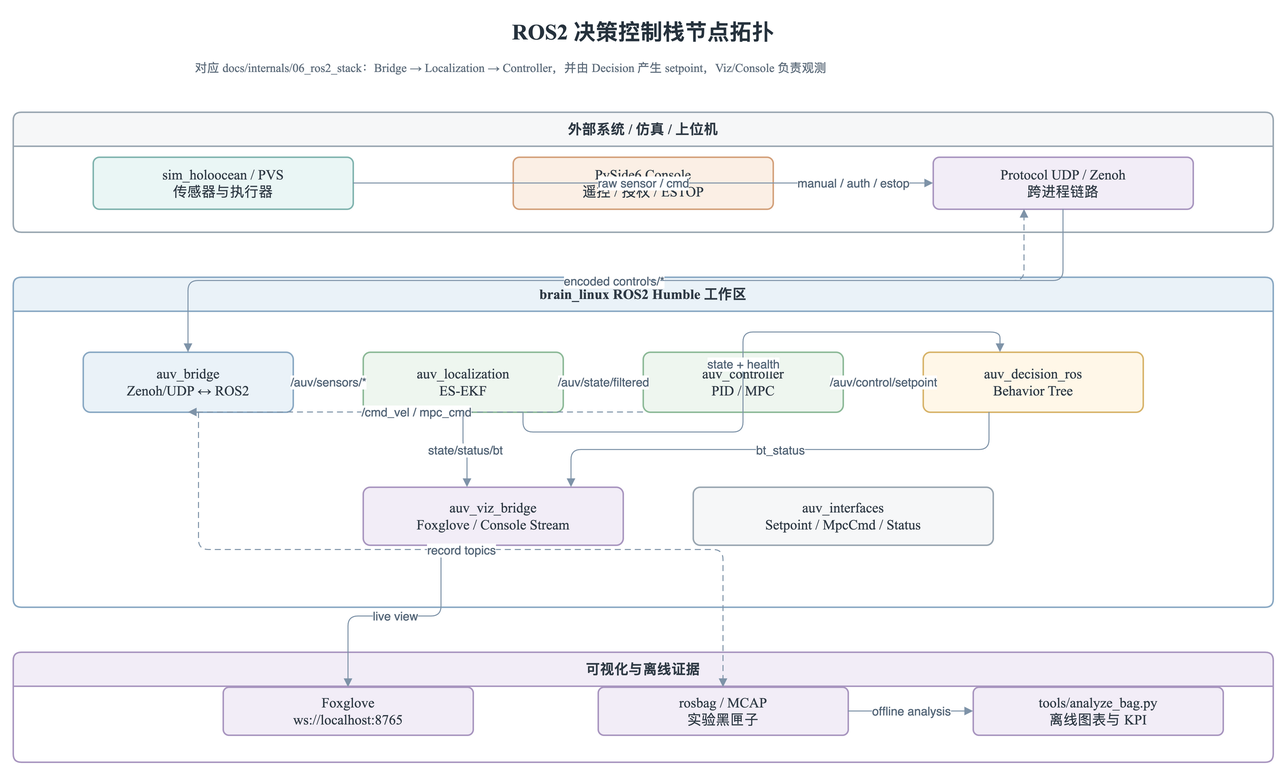
360ZMEM/AUV-Master-Project keeps this draw.io diagram as docs/thesis/figures/architecture/auv_ros2_node_topology.drawio.png. Above is the earlier version. Source tidied: cells renumbered, new cells last; positions are measured from the earlier drawing's top-left corner, leaving out a move shared by most shapes.
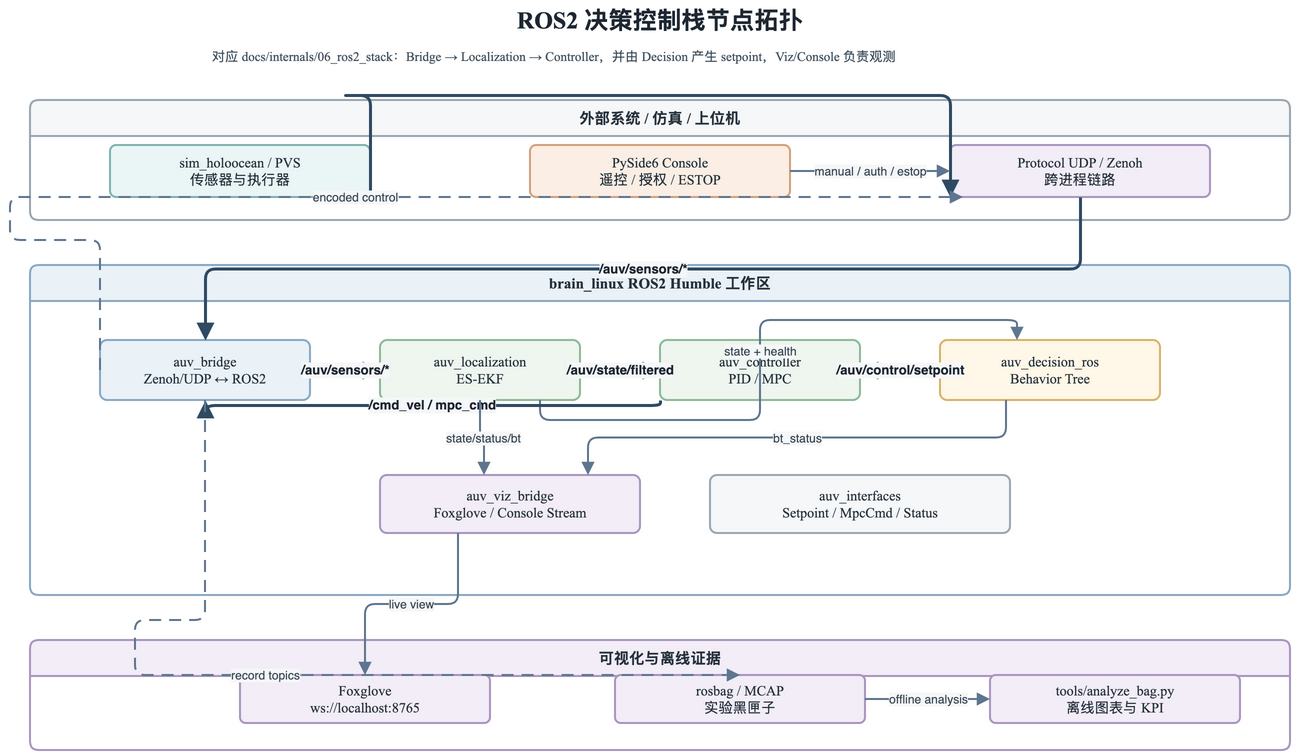
After the commit.

The edit, as a diff of the source:
```diff
@@ -2,101 +2,115 @@
   <root>
     <mxCell id="0" />
     <mxCell id="1" parent="0" />
-    <mxCell id="2" value="ROS2 决策控制栈节点拓扑" style="text;html=1;strokeColor=none;fillColor=none;align=center;verticalAlign=middle;whiteSpace=wrap;rounded=0;fontFamily=Noto Serif CJK SC,Times New Roman;fontSize=22;fontStyle=1;fontColor=#26323D;" parent="1" vertex="1">
+    <mxCell id="2" value="ROS2 决策控制栈节点拓扑" style="text;html=1;strokeColor=none;fillColor=none;align=center;verticalAlign=middle;whiteSpace=wrap;rounded=0;fontFamily=Noto Serif CJK SC,Times New Roman;fontSize=24;fontStyle=1;fontColor=#1E2732;" parent="1" vertex="1">
       <mxGeometry x="280" width="700" height="40" as="geometry" />
     </mxCell>
-    <mxCell id="3" value="对应 docs/internals/06_ros2_stack：Bridge → Localization → Controller，并由 Decision 产生 setpoint，Viz/Console 负责观测" style="text;html=1;strokeColor=none;fillColor=none;align=left;verticalAlign=top;whiteSpace=wrap;rounded=0;fontFamily=Noto Serif CJK SC,Times New Roman;fontSize=12;fontColor=#5C6B7A;" parent="1" vertex="1">
+    <mxCell id="3" value="对应 docs/internals/06_ros2_stack：Bridge → Localization → Controller，并由 Decision 产生 setpoint，Viz/Console 负责观测" style="text;html=1;strokeColor=none;fillColor=none;align=left;verticalAlign=top;whiteSpace=wrap;rounded=0;fontFamily=Noto Serif CJK SC,Times New Roman;fontSize=13;fontColor=#43525F;" parent="1" vertex="1">
       <mxGeometry x="180" y="42" width="900" height="34" as="geometry" />
     </mxCell>
-    <mxCell id="4" value="外部系统 / 仿真 / 上位机" style="swimlane;whiteSpace=wrap;html=1;startSize=34;rounded=1;arcSize=8;fillColor=#F6F7F8;strokeColor=#9AA7B2;strokeWidth=1.5;fontFamily=Noto Serif CJK SC,Times New Roman;fontSize=14;fontColor=#2F3A45;" parent="1" vertex="1">
+    <mxCell id="4" value="外部系统 / 仿真 / 上位机" style="swimlane;whiteSpace=wrap;html=1;startSize=36;rounded=1;arcSize=8;fillColor=#F6F7F8;strokeColor=#9AA7B2;strokeWidth=2;fontFamily=Noto Serif CJK SC,Times New Roman;fontSize=14;fontColor=#26323D;fontStyle=1;fontSize=15;" parent="1" vertex="1">
       <mxGeometry y="100" width="1260" height="120" as="geometry" />
     </mxCell>
-    <mxCell id="5" value="brain_linux ROS2 Humble 工作区" style="swimlane;whiteSpace=wrap;html=1;startSize=34;rounded=1;arcSize=8;fillColor=#EAF2F8;strokeColor=#8AA9C4;strokeWidth=1.5;fontFamily=Noto Serif CJK SC,Times New Roman;fontSize=14;fontColor=#2F3A45;" parent="1" vertex="1">
+    <mxCell id="5" value="brain_linux ROS2 Humble 工作区" style="swimlane;whiteSpace=wrap;html=1;startSize=36;rounded=1;arcSize=8;fillColor=#EAF2F8;strokeColor=#8AA9C4;strokeWidth=2;fontFamily=Noto Serif CJK SC,Times New Roman;fontSize=14;fontColor=#26323D;fontStyle=1;fontSize=15;" parent="1" vertex="1">
       <mxGeometry y="265" width="1260" height="330" as="geometry" />
     </mxCell>
-    <mxCell id="6" value="可视化与离线证据" style="swimlane;whiteSpace=wrap;html=1;startSize=34;rounded=1;arcSize=8;fillColor=#F2EDF7;strokeColor=#A996C0;strokeWidth=1.5;fontFamily=Noto Serif CJK SC,Times New Roman;fontSize=14;fontColor=#2F3A45;" parent="1" vertex="1">
+    <mxCell id="6" value="可视化与离线证据" style="swimlane;whiteSpace=wrap;html=1;startSize=36;rounded=1;arcSize=8;fillColor=#F2EDF7;strokeColor=#A996C0;strokeWidth=2;fontFamily=Noto Serif CJK SC,Times New Roman;fontSize=14;fontColor=#26323D;fontStyle=1;fontSize=15;" parent="1" vertex="1">
       <mxGeometry y="640" width="1260" height="110" as="geometry" />
     </mxCell>
-    <mxCell id="7" value="sim_holoocean / PVS&#10;传感器与执行器" style="rounded=1;whiteSpace=wrap;html=1;arcSize=12;fillColor=#EAF6F5;strokeColor=#80B4AF;strokeWidth=1.5;spacing=8;fontFamily=Noto Serif CJK SC,Times New Roman;fontSize=14;fontColor=#2F3A45;" parent="4" vertex="1">
+    <mxCell id="7" value="sim_holoocean / PVS&#10;传感器与执行器" style="rounded=1;whiteSpace=wrap;html=1;arcSize=12;fillColor=#EAF6F5;strokeColor=#80B4AF;strokeWidth=2;spacing=8;shadow=0;fontFamily=Noto Serif CJK SC,Times New Roman;fontSize=14;fontColor=#26323D;" parent="4" vertex="1">
       <mxGeometry x="80" y="45" width="260" height="52" as="geometry" />
     </mxCell>
-    <mxCell id="8" value="PySide6 Console&#10;遥控 / 授权 / ESTOP" style="rounded=1;whiteSpace=wrap;html=1;arcSize=12;fillColor=#FBEFE5;strokeColor=#D4A17B;strokeWidth=1.5;spacing=8;fontFamily=Noto Serif CJK SC,Times New Roman;fontSize=14;fontColor=#2F3A45;" parent="4" vertex="1">
+    <mxCell id="8" value="PySide6 Console&#10;遥控 / 授权 / ESTOP" style="rounded=1;whiteSpace=wrap;html=1;arcSize=12;fillColor=#FBEFE5;strokeColor=#D4A17B;strokeWidth=2;spacing=8;shadow=0;fontFamily=Noto Serif CJK SC,Times New Roman;fontSize=14;fontColor=#26323D;" parent="4" vertex="1">
       <mxGeometry x="500" y="45" width="260" height="52" as="geometry" />
     </mxCell>
-    <mxCell id="9" value="Protocol UDP / Zenoh&#10;跨进程链路" style="rounded=1;whiteSpace=wrap;html=1;arcSize=12;fillColor=#F2EDF7;strokeColor=#A996C0;strokeWidth=1.5;spacing=8;fontFamily=Noto Serif CJK SC,Times New Roman;fontSize=14;fontColor=#2F3A45;" parent="4" vertex="1">
+    <mxCell id="9" value="Protocol UDP / Zenoh&#10;跨进程链路" style="rounded=1;whiteSpace=wrap;html=1;arcSize=12;fillColor=#F2EDF7;strokeColor=#A996C0;strokeWidth=2;spacing=8;shadow=0;fontFamily=Noto Serif CJK SC,Times New Roman;fontSize=14;fontColor=#26323D;" parent="4" vertex="1">
       <mxGeometry x="920" y="45" width="260" height="52" as="geometry" />
     </mxCell>
-    <mxCell id="10" value="auv_bridge&#10;Zenoh/UDP ↔ ROS2" style="rounded=1;whiteSpace=wrap;html=1;arcSize=12;fillColor=#EAF2F8;strokeColor=#8AA9C4;strokeWidth=1.5;spacing=8;fontFamily=Noto Serif CJK SC,Times New Roman;fontSize=14;fontColor=#2F3A45;" parent="5" vertex="1">
+    <mxCell id="10" value="auv_bridge&#10;Zenoh/UDP ↔ ROS2" style="rounded=1;whiteSpace=wrap;html=1;arcSize=12;fillColor=#EAF2F8;strokeColor=#8AA9C4;strokeWidth=2;spacing=8;shadow=0;fontFamily=Noto Serif CJK SC,Times New Roman;fontSize=14;fontColor=#26323D;" parent="5" vertex="1">
       <mxGeometry x="70" y="75" width="210" height="60" as="geometry" />
     </mxCell>
-    <mxCell id="11" value="auv_localization&#10;ES-EKF" style="rounded=1;whiteSpace=wrap;html=1;arcSize=12;fillColor=#EEF6EF;strokeColor=#8DBA98;strokeWidth=1.5;spacing=8;fontFamily=Noto Serif CJK SC,Times New Roman;fontSize=14;fontColor=#2F3A45;" parent="5" vertex="1">
+    <mxCell id="11" value="auv_localization&#10;ES-EKF" style="rounded=1;whiteSpace=wrap;html=1;arcSize=12;fillColor=#EEF6EF;strokeColor=#8DBA98;strokeWidth=2;spacing=8;shadow=0;fontFamily=Noto Serif CJK SC,Times New Roman;fontSize=14;fontColor=#26323D;" parent="5" vertex="1">
       <mxGeometry x="350" y="75" width="200" height="60" as="geometry" />
     </mxCell>
-    <mxCell id="12" value="auv_controller&#10;PID / MPC" style="rounded=1;whiteSpace=wrap;html=1;arcSize=12;fillColor=#EEF6EF;strokeColor=#8DBA98;strokeWidth=1.5;spacing=8;fontFamily=Noto Serif CJK SC,Times New Roman;fontSize=14;fontColor=#2F3A45;" parent="5" vertex="1">
+    <mxCell id="12" value="auv_controller&#10;PID / MPC" style="rounded=1;whiteSpace=wrap;html=1;arcSize=12;fillColor=#EEF6EF;strokeColor=#8DBA98;strokeWidth=2;spacing=8;shadow=0;fontFamily=Noto Serif CJK SC,Times New Roman;fontSize=14;fontColor=#26323D;" parent="5" vertex="1">
       <mxGeometry x="630" y="75" width="200" height="60" as="geometry" />
     </mxCell>
-    <mxCell id="13" value="auv_decision_ros&#10;Behavior Tree" style="rounded=1;whiteSpace=wrap;html=1;arcSize=12;fillColor=#FFF7E8;strokeColor=#D8B46A;strokeWidth=1.5;spacing=8;fontFamily=Noto Serif CJK SC,Times New Roman;fontSize=14;fontColor=#2F3A45;" parent="5" vertex="1">
+    <mxCell id="13" value="auv_decision_ros&#10;Behavior Tree" style="rounded=1;whiteSpace=wrap;html=1;arcSize=12;fillColor=#FFF7E8;strokeColor=#D8B46A;strokeWidth=2;spacing=8;shadow=0;fontFamily=Noto Serif CJK SC,Times New Roman;fontSize=14;fontColor=#26323D;" parent="5" vertex="1">
       <mxGeometry x="910" y="75" width="220" height="60" as="geometry" />
     </mxCell>
-    <mxCell id="14" value="auv_viz_bridge&#10;Foxglove / Console Stream" style="rounded=1;whiteSpace=wrap;html=1;arcSize=12;fillColor=#F2EDF7;strokeColor=#A996C0;strokeWidth=1.5;spacing=8;fontFamily=Noto Serif CJK SC,Times New Roman;fontSize=14;fontColor=#2F3A45;" parent="5" vertex="1">
+    <mxCell id="14" value="auv_viz_bridge&#10;Foxglove / Console Stream" style="rounded=1;whiteSpace=wrap;html=1;arcSize=12;fillColor=#F2EDF7;strokeColor=#A996C0;strokeWidth=2;spacing=8;shadow=0;fontFamily=Noto Serif CJK SC,Times New Roman;fontSize=14;fontColor=#26323D;" parent="5" vertex="1">
       <mxGeometry x="350" y="210" width="260" height="58" as="geometry" />
     </mxCell>
-    <mxCell id="15" value="auv_interfaces&#10;Setpoint / MpcCmd / Status" style="rounded=1;whiteSpace=wrap;html=1;arcSize=12;fillColor=#F6F7F8;strokeColor=#9AA7B2;strokeWidth=1.5;spacing=8;fontFamily=Noto Serif CJK SC,Times New Roman;fontSize=14;fontColor=#2F3A45;" parent="5" vertex="1">
+    <mxCell id="15" value="auv_interfaces&#10;Setpoint / MpcCmd / Status" style="rounded=1;whiteSpace=wrap;html=1;arcSize=12;fillColor=#F6F7F8;strokeColor=#9AA7B2;strokeWidth=2;spacing=8;shadow=0;fontFamily=Noto Serif CJK SC,Times New Roman;fontSize=14;fontColor=#26323D;" parent="5" vertex="1">
       <mxGeometry x="680" y="210" width="300" height="58" as="geometry" />
     </mxCell>
-    <mxCell id="16" value="Foxglove&#10;ws://localhost:8765" style="rounded=1;whiteSpace=wrap;html=1;arcSize=12;fillColor=#F2EDF7;strokeColor=#A996C0;strokeWidth=1.5;spacing=8;fontFamily=Noto Serif CJK SC,Times New Roman;fontSize=14;fontColor=#2F3A45;" parent="6" vertex="1">
+    <mxCell id="16" value="Foxglove&#10;ws://localhost:8765" style="rounded=1;whiteSpace=wrap;html=1;arcSize=12;fillColor=#F2EDF7;strokeColor=#A996C0;strokeWidth=2;spacing=8;shadow=0;fontFamily=Noto Serif CJK SC,Times New Roman;fontSize=14;fontColor=#26323D;" parent="6" vertex="1">
       <mxGeometry x="210" y="35" width="250" height="48" as="geometry" />
     </mxCell>
-    <mxCell id="17" value="rosbag / MCAP&#10;实验黑匣子" style="rounded=1;whiteSpace=wrap;html=1;arcSize=12;fillColor=#F2EDF7;strokeColor=#A996C0;strokeWidth=1.5;spacing=8;fontFamily=Noto Serif CJK SC,Times New Roman;fontSize=14;fontColor=#2F3A45;" parent="6" vertex="1">
+    <mxCell id="17" value="rosbag / MCAP&#10;实验黑匣子" style="rounded=1;whiteSpace=wrap;html=1;arcSize=12;fillColor=#F2EDF7;strokeColor=#A996C0;strokeWidth=2;spacing=8;shadow=0;fontFamily=Noto Serif CJK SC,Times New Roman;fontSize=14;fontColor=#26323D;" parent="6" vertex="1">
       <mxGeometry x="585" y="35" width="250" height="48" as="geometry" />
     </mxCell>
-    <mxCell id="18" value="tools/analyze_bag.py&#10;离线图表与 KPI" style="rounded=1;whiteSpace=wrap;html=1;arcSize=12;fillColor=#F2EDF7;strokeColor=#A996C0;strokeWidth=1.5;spacing=8;fontFamily=Noto Serif CJK SC,Times New Roman;fontSize=14;fontColor=#2F3A45;" parent="6" vertex="1">
+    <mxCell id="18" value="tools/analyze_bag.py&#10;离线图表与 KPI" style="rounded=1;whiteSpace=wrap;html=1;arcSize=12;fillColor=#F2EDF7;strokeColor=#A996C0;strokeWidth=2;spacing=8;shadow=0;fontFamily=Noto Serif CJK SC,Times New Roman;fontSize=14;fontColor=#26323D;" parent="6" vertex="1">
       <mxGeometry x="960" y="35" width="250" height="48" as="geometry" />
     </mxCell>
-    <mxCell id="19" value="raw sensor / cmd" style="edgeStyle=orthogonalEdgeStyle;rounded=1;jettySize=auto;html=1;strokeColor=#7E93A8;fontColor=#536577;fontSize=12;endArrow=block;endFill=1;exitX=1;entryX=0;" parent="1" edge="1" source="7" target="9">
-      <mxGeometry relative="1" as="geometry" />
+    <mxCell id="19" style="edgeStyle=orthogonalEdgeStyle;rounded=1;jettySize=auto;html=1;strokeColor=#2F4A63;fontColor=#1E2732;fontSize=13;fontStyle=1;strokeWidth=3;labelBackgroundColor=#F6F7F8;labelBorderColor=none;endArrow=block;endFill=1;endSize=10;exitX=1;exitY=1;entryX=0;entryY=1;" parent="1" edge="1" source="7" target="9">
+      <mxGeometry relative="1" as="geometry">
+        <Array as="points">
+          <mxPoint x="310" y="95" />
+          <mxPoint x="850" y="95" />
+        </Array>
+      </mxGeometry>
     </mxCell>
-    <mxCell id="20" value="manual / auth / estop" style="edgeStyle=orthogonalEdgeStyle;rounded=1;jettySize=auto;html=1;strokeColor=#7E93A8;fontColor=#536577;fontSize=12;endArrow=block;endFill=1;exitX=1;entryX=0;" parent="1" edge="1" source="8" target="9">
+    <mxCell id="20" value="manual / auth / estop" style="edgeStyle=orthogonalEdgeStyle;rounded=1;jettySize=auto;html=1;strokeColor=#5F7690;fontColor=#3B4A57;fontSize=12;strokeWidth=2;labelBackgroundColor=#F6F7F8;labelBorderColor=none;endArrow=block;endFill=1;endSize=8;exitX=1;entryX=0;" parent="1" edge="1" source="8" target="9">
       <mxGeometry relative="1" as="geometry" />
     </mxCell>
-    <mxCell id="21" value="/auv/sensors/*" style="edgeStyle=orthogonalEdgeStyle;rounded=1;jettySize=auto;html=1;strokeColor=#7E93A8;fontColor=#536577;fontSize=12;endArrow=block;endFill=1;exitX=0.5;exitY=1;entryX=0.5;entryY=0;" parent="1" edge="1" source="9" target="10">
+    <mxCell id="21" value="/auv/sensors/*" style="edgeStyle=orthogonalEdgeStyle;rounded=1;jettySize=auto;html=1;strokeColor=#2F4A63;fontColor=#1E2732;fontSize=13;fontStyle=1;strokeWidth=3;labelBackgroundColor=#F6F7F8;labelBorderColor=none;endArrow=block;endFill=1;endSize=10;exitX=0.5;exitY=1;entryX=0.5;entryY=0;" parent="1" edge="1" source="9" target="10">
       <mxGeometry relative="1" as="geometry" />
     </mxCell>
-    <mxCell id="22" value="/auv/sensors/*" style="edgeStyle=orthogonalEdgeStyle;rounded=1;jettySize=auto;html=1;strokeColor=#7E93A8;fontColor=#536577;fontSize=12;endArrow=block;endFill=1;exitX=1;entryX=0;" parent="1" edge="1" source="10" target="11">
+    <mxCell id="22" value="/auv/sensors/*" style="edgeStyle=orthogonalEdgeStyle;rounded=1;jettySize=auto;html=1;strokeColor=#2F4A63;fontColor=#1E2732;fontSize=13;fontStyle=1;strokeWidth=3;labelBackgroundColor=#F6F7F8;labelBorderColor=none;endArrow=block;endFill=1;endSize=10;exitX=1;entryX=0;" parent="1" edge="1" source="10" target="11">
       <mxGeometry relative="1" as="geometry" />
     </mxCell>
-    <mxCell id="23" value="/auv/state/filtered" style="edgeStyle=orthogonalEdgeStyle;rounded=1;jettySize=auto;html=1;strokeColor=#7E93A8;fontColor=#536577;fontSize=12;endArrow=block;endFill=1;exitX=1;entryX=0;" parent="1" edge="1" source="11" target="12">
+    <mxCell id="23" value="/auv/state/filtered" style="edgeStyle=orthogonalEdgeStyle;rounded=1;jettySize=auto;html=1;strokeColor=#2F4A63;fontColor=#1E2732;fontSize=13;fontStyle=1;strokeWidth=3;labelBackgroundColor=#F6F7F8;labelBorderColor=none;endArrow=block;endFill=1;endSize=10;exitX=1;entryX=0;" parent="1" edge="1" source="11" target="12">
       <mxGeometry relative="1" as="geometry" />
     </mxCell>
-    <mxCell id="24" value="state + health" style="edgeStyle=orthogonalEdgeStyle;rounded=1;jettySize=auto;html=1;strokeColor=#7E93A8;fontColor=#536577;fontSize=12;endArrow=block;endFill=1;exitX=0.8;exitY=1;entryX=0.35;entryY=0;" parent="1" edge="1" source="11" target="13">
+    <mxCell id="24" value="state + health" style="edgeStyle=orthogonalEdgeStyle;rounded=1;jettySize=auto;html=1;strokeColor=#5F7690;fontColor=#3B4A57;fontSize=12;strokeWidth=2;labelBackgroundColor=#F6F7F8;labelBorderColor=none;endArrow=block;endFill=1;endSize=8;exitX=0.8;exitY=1;entryX=0.35;entryY=0;" parent="1" edge="1" source="11" target="13">
       <mxGeometry relative="1" as="geometry" />
     </mxCell>
-    <mxCell id="25" value="/auv/control/setpoint" style="edgeStyle=orthogonalEdgeStyle;rounded=1;jettySize=auto;html=1;strokeColor=#7E93A8;fontColor=#536577;fontSize=12;endArrow=block;endFill=1;exitX=0;entryX=1;" parent="1" edge="1" source="13" target="12">
+    <mxCell id="25" value="/auv/control/setpoint" style="edgeStyle=orthogonalEdgeStyle;rounded=1;jettySize=auto;html=1;strokeColor=#2F4A63;fontColor=#1E2732;fontSize=13;fontStyle=1;strokeWidth=3;labelBackgroundColor=#F6F7F8;labelBorderColor=none;endArrow=block;endFill=1;endSize=10;exitX=0;entryX=1;" parent="1" edge="1" source="13" target="12">
       <mxGeometry relative="1" as="geometry" />
     </mxCell>
-    <mxCell id="26" value="/cmd_vel / mpc_cmd" style="edgeStyle=orthogonalEdgeStyle;rounded=1;jettySize=auto;html=1;strokeColor=#7E93A8;fontColor=#536577;fontSize=12;endArrow=block;endFill=1;dashed=1;dashPattern=6 4;exitX=0;entryX=0.5;entryY=1;" parent="1" edge="1" source="12" target="10">
+    <mxCell id="26" value="/cmd_vel / mpc_cmd" style="edgeStyle=orthogonalEdgeStyle;rounded=1;jettySize=auto;html=1;strokeColor=#2F4A63;fontColor=#1E2732;fontSize=13;fontStyle=1;strokeWidth=3;labelBackgroundColor=#F6F7F8;labelBorderColor=none;endArrow=block;endFill=1;endSize=10;exitX=0;exitY=1;entryX=0.5;entryY=1;" parent="1" edge="1" source="12" target="10">
       <mxGeometry relative="1" as="geometry">
         <Array as="points">
-          <mxPoint x="330" y="400" />
+          <mxPoint x="550" y="405" />
+          <mxPoint x="105" y="405" />
         </Array>
       </mxGeometry>
     </mxCell>
-    <mxCell id="27" value="encoded control" style="edgeStyle=orthogonalEdgeStyle;rounded=1;jettySize=auto;html=1;strokeColor=#7E93A8;fontColor=#536577;fontSize=12;endArrow=block;endFill=1;dashed=1;dashPattern=6 4;exitX=0.5;exitY=0;entryX=0.35;entryY=1;" parent="1" edge="1" source="10" target="9">
-      <mxGeometry relative="1" as="geometry" />
+    <mxCell id="27" value="encoded control" style="edgeStyle=orthogonalEdgeStyle;rounded=1;jettySize=auto;html=1;strokeColor=#5F7690;fontColor=#3B4A57;fontSize=12;strokeWidth=2;labelBackgroundColor=#F6F7F8;labelBorderColor=none;endArrow=block;endFill=1;endSize=8;dashed=1;dashPattern=6 4;exitX=0;exitY=0.5;entryX=0.05;entryY=1;" parent="1" edge="1" source="10" target="9">
+      <mxGeometry relative="1" as="geometry">
+        <Array as="points">
+          <mxPoint x="-20" y="240" />
+        </Array>
+      </mxGeometry>
     </mxCell>
-    <mxCell id="28" value="state/status/bt" style="edgeStyle=orthogonalEdgeStyle;rounded=1;jettySize=auto;html=1;strokeColor=#7E93A8;fontColor=#536577;fontSize=12;endArrow=block;endFill=1;exitX=0.5;exitY=1;entryX=0.4;entryY=0;" parent="1" edge="1" source="11" target="14">
+    <mxCell id="28" value="state/status/bt" style="edgeStyle=orthogonalEdgeStyle;rounded=1;jettySize=auto;html=1;strokeColor=#5F7690;fontColor=#3B4A57;fontSize=12;strokeWidth=2;labelBackgroundColor=#F6F7F8;labelBorderColor=none;endArrow=block;endFill=1;endSize=8;exitX=0.5;exitY=1;entryX=0.4;entryY=0;" parent="1" edge="1" source="11" target="14">
       <mxGeometry relative="1" as="geometry" />
     </mxCell>
-    <mxCell id="29" value="bt_status" style="edgeStyle=orthogonalEdgeStyle;rounded=1;jettySize=auto;html=1;strokeColor=#7E93A8;fontColor=#536577;fontSize=12;endArrow=block;endFill=1;exitX=0.3;exitY=1;entryX=0.8;entryY=0;" parent="1" edge="1" source="13" target="14">
+    <mxCell id="29" value="bt_status" style="edgeStyle=orthogonalEdgeStyle;rounded=1;jettySize=auto;html=1;strokeColor=#5F7690;fontColor=#3B4A57;fontSize=12;strokeWidth=2;labelBackgroundColor=#F6F7F8;labelBorderColor=none;endArrow=block;endFill=1;endSize=8;exitX=0.3;exitY=1;entryX=0.8;entryY=0;" parent="1" edge="1" source="13" target="14">
       <mxGeometry relative="1" as="geometry" />
     </mxCell>
-    <mxCell id="30" value="live view" style="edgeStyle=orthogonalEdgeStyle;rounded=1;jettySize=auto;html=1;strokeColor=#7E93A8;fontColor=#536577;fontSize=12;endArrow=block;endFill=1;exitX=0.3;exitY=1;entryX=0.5;entryY=0;" parent="1" edge="1" source="14" target="16">
+    <mxCell id="30" value="live view" style="edgeStyle=orthogonalEdgeStyle;rounded=1;jettySize=auto;html=1;strokeColor=#5F7690;fontColor=#3B4A57;fontSize=12;strokeWidth=2;labelBackgroundColor=#F6F7F8;labelBorderColor=none;endArrow=block;endFill=1;endSize=8;exitX=0.3;exitY=1;entryX=0.5;entryY=0;" parent="1" edge="1" source="14" target="16">
       <mxGeometry relative="1" as="geometry" />
     </mxCell>
-    <mxCell id="31" value="record topics" style="edgeStyle=orthogonalEdgeStyle;rounded=1;jettySize=auto;html=1;strokeColor=#7E93A8;fontColor=#536577;fontSize=12;endArrow=block;endFill=1;dashed=1;dashPattern=6 4;exitX=0.55;exitY=1;entryX=0.5;entryY=0;" parent="1" edge="1" source="10" target="17">
-      <mxGeometry relative="1" as="geometry" />
+    <mxCell id="31" value="record topics" style="edgeStyle=orthogonalEdgeStyle;rounded=1;jettySize=auto;html=1;strokeColor=#5F7690;fontColor=#3B4A57;fontSize=12;strokeWidth=2;labelBackgroundColor=#F6F7F8;labelBorderColor=none;endArrow=block;endFill=1;endSize=8;dashed=1;dashPattern=6 4;exitX=0.5;exitY=1;entryX=0.5;entryY=0;" parent="1" edge="1" source="10" target="17">
+      <mxGeometry relative="1" as="geometry">
+        <Array as="points">
+          <mxPoint x="105" y="620" />
+        </Array>
+      </mxGeometry>
     </mxCell>
-    <mxCell id="32" value="offline analysis" style="edgeStyle=orthogonalEdgeStyle;rounded=1;jettySize=auto;html=1;strokeColor=#7E93A8;fontColor=#536577;fontSize=12;endArrow=block;endFill=1;exitX=1;entryX=0;" parent="1" edge="1" source="17" target="18">
+    <mxCell id="32" value="offline analysis" style="edgeStyle=orthogonalEdgeStyle;rounded=1;jettySize=auto;html=1;strokeColor=#5F7690;fontColor=#3B4A57;fontSize=12;strokeWidth=2;labelBackgroundColor=#F6F7F8;labelBorderColor=none;endArrow=block;endFill=1;endSize=8;exitX=1;entryX=0;" parent="1" edge="1" source="17" target="18">
       <mxGeometry relative="1" as="geometry" />
     </mxCell>
   </root>
```
